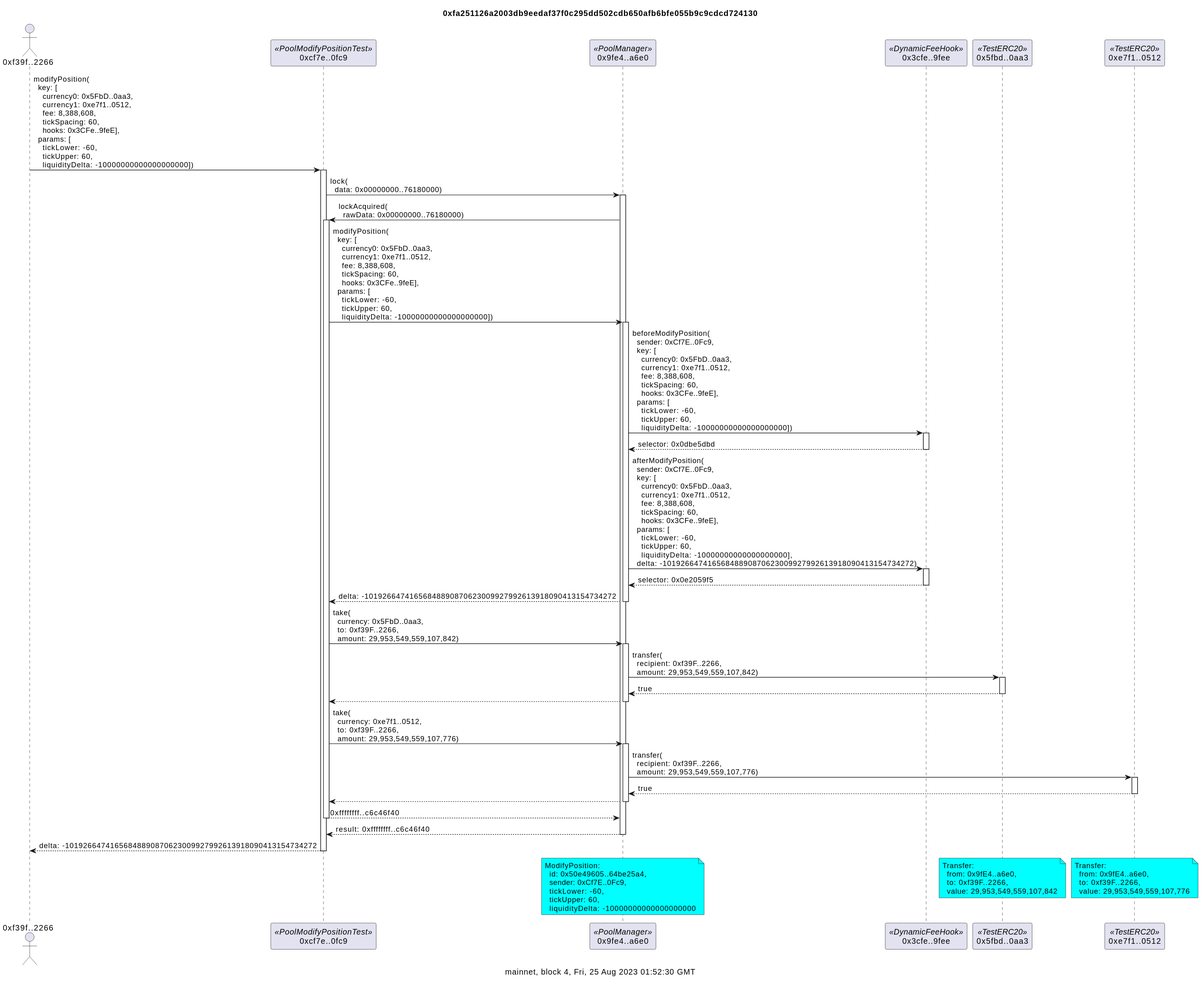
Before: docs/dynamicFeeWithdrawDetailed.svg, a diagram exported from PlantUML (naddison36/uniswap-v4-hooks). Source of this version:
```plantuml
@startuml
title 0xfa251126a2003db9eedaf37f0c295dd502cdb650afb6bfe055b9c9cdcd724130

caption mainnet, block 4, Fri, 25 Aug 2023 01:52:30 GMT
actor "0xf39f..2266" as f39f2266
participant "0xcf7e..0fc9" as cf7e0fc9 <<PoolModifyPositionTest>>
participant "0x9fe4..a6e0" as 9fe4a6e0 <<PoolManager>>
participant "0x3cfe..9fee" as 3cfe9fee <<DynamicFeeHook>>
participant "0x5fbd..0aa3" as 5fbd0aa3 <<TestERC20>>
participant "0xe7f1..0512" as e7f10512 <<TestERC20>>

f39f2266 -> cf7e0fc9: modifyPosition(\n  key: [\n    currency0: 0x5FbD..0aa3,\n    currency1: 0xe7f1..0512,\n    fee: 8,388,608,\n    tickSpacing: 60,\n    hooks: 0x3CFe..9feE],\n  params: [\n    tickLower: -60,\n    tickUpper: 60,\n    liquidityDelta: -10000000000000000000])
activate cf7e0fc9
cf7e0fc9 -> 9fe4a6e0: lock(\n  data: 0x00000000..76180000)
activate 9fe4a6e0
9fe4a6e0 -> cf7e0fc9: lockAcquired(\n  rawData: 0x00000000..76180000)
activate cf7e0fc9
cf7e0fc9 -> 9fe4a6e0: modifyPosition(\n  key: [\n    currency0: 0x5FbD..0aa3,\n    currency1: 0xe7f1..0512,\n    fee: 8,388,608,\n    tickSpacing: 60,\n    hooks: 0x3CFe..9feE],\n  params: [\n    tickLower: -60,\n    tickUpper: 60,\n    liquidityDelta: -10000000000000000000])
activate 9fe4a6e0
9fe4a6e0 -> 3cfe9fee: beforeModifyPosition(\n  sender: 0xCf7E..0Fc9,\n  key: [\n    currency0: 0x5FbD..0aa3,\n    currency1: 0xe7f1..0512,\n    fee: 8,388,608,\n    tickSpacing: 60,\n    hooks: 0x3CFe..9feE],\n  params: [\n    tickLower: -60,\n    tickUpper: 60,\n    liquidityDelta: -10000000000000000000])
activate 3cfe9fee
return selector: 0x0dbe5dbd
9fe4a6e0 -> 3cfe9fee: afterModifyPosition(\n  sender: 0xCf7E..0Fc9,\n  key: [\n    currency0: 0x5FbD..0aa3,\n    currency1: 0xe7f1..0512,\n    fee: 8,388,608,\n    tickSpacing: 60,\n    hooks: 0x3CFe..9feE],\n  params: [\n    tickLower: -60,\n    tickUpper: 60,\n    liquidityDelta: -10000000000000000000],\n  delta: -10192664741656848890870623009927992613918090413154734272)
activate 3cfe9fee
return selector: 0x0e2059f5
return delta: -10192664741656848890870623009927992613918090413154734272
cf7e0fc9 -> 9fe4a6e0: take(\n  currency: 0x5FbD..0aa3,\n  to: 0xf39F..2266,\n  amount: 29,953,549,559,107,842)
activate 9fe4a6e0
9fe4a6e0 -> 5fbd0aa3: transfer(\n  recipient: 0xf39F..2266,\n  amount: 29,953,549,559,107,842)
activate 5fbd0aa3
return true
return
cf7e0fc9 -> 9fe4a6e0: take(\n  currency: 0xe7f1..0512,\n  to: 0xf39F..2266,\n  amount: 29,953,549,559,107,776)
activate 9fe4a6e0
9fe4a6e0 -> e7f10512: transfer(\n  recipient: 0xf39F..2266,\n  amount: 29,953,549,559,107,776)
activate e7f10512
return true
return
return 0xffffffff..c6c46f40
return result: 0xffffffff..c6c46f40
return delta: -10192664741656848890870623009927992613918090413154734272

note over 9fe4a6e0 #aqua
ModifyPosition:
  id: 0x50e49605..64be25a4,
  sender: 0xCf7E..0Fc9,
  tickLower: -60,
  tickUpper: 60,
  liquidityDelta: -10000000000000000000
end note

/ note over 5fbd0aa3 #aqua
Transfer:
  from: 0x9fE4..a6e0,
  to: 0xf39F..2266,
  value: 29,953,549,559,107,842
end note

/ note over e7f10512 #aqua
Transfer:
  from: 0x9fE4..a6e0,
  to: 0xf39F..2266,
  value: 29,953,549,559,107,776
end note
@enduml
```
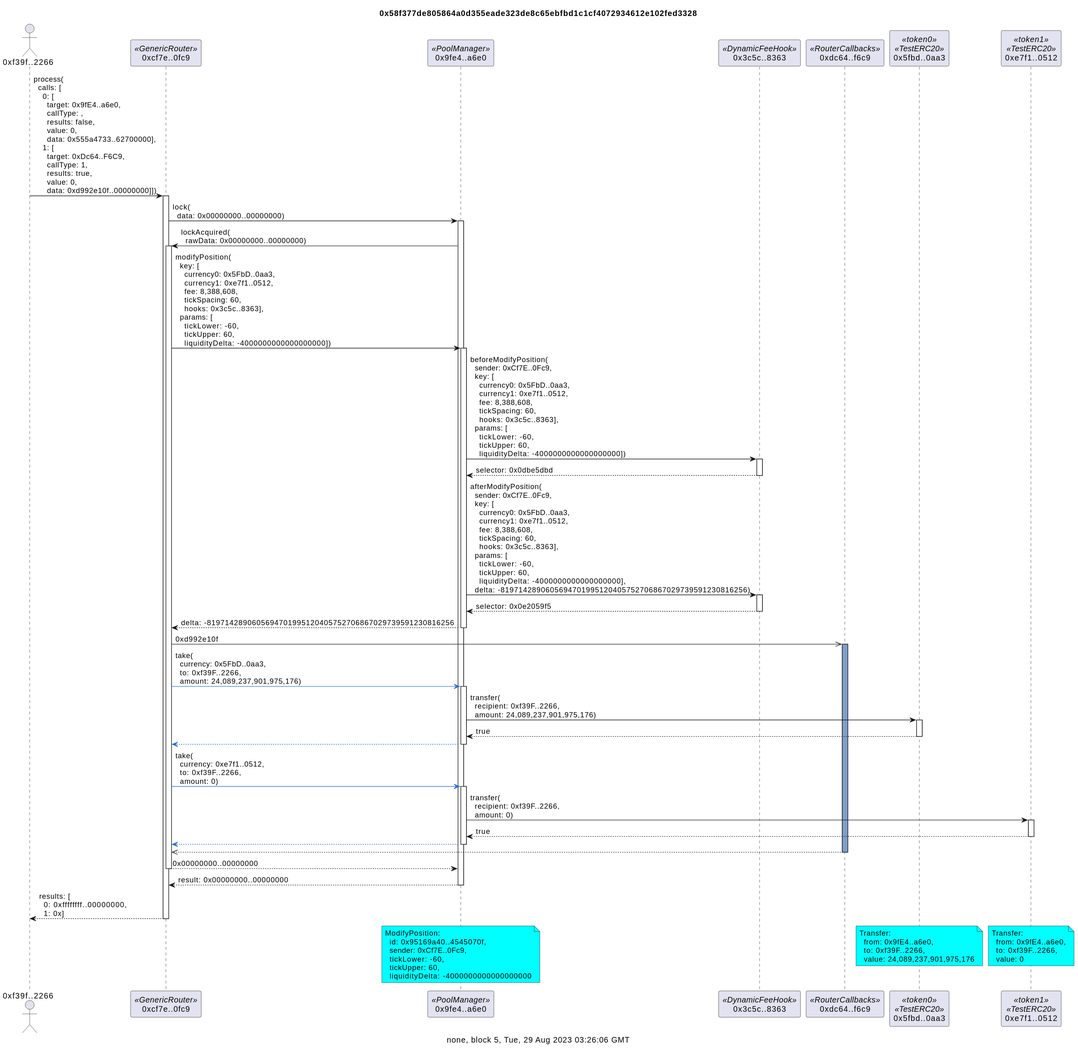
After the change.

Diff of the diagram source:
```diff
@@ -1,65 +1,69 @@
 @startuml
-title 0xfa251126a2003db9eedaf37f0c295dd502cdb650afb6bfe055b9c9cdcd724130
+title 0x58f377de805864a0d355eade323de8c65ebfbd1c1cf4072934612e102fed3328
 
-caption mainnet, block 4, Fri, 25 Aug 2023 01:52:30 GMT
+caption none, block 5, Tue, 29 Aug 2023 03:26:06 GMT
 actor "0xf39f..2266" as f39f2266
-participant "0xcf7e..0fc9" as cf7e0fc9 <<PoolModifyPositionTest>>
+participant "0xcf7e..0fc9" as cf7e0fc9 <<GenericRouter>>
 participant "0x9fe4..a6e0" as 9fe4a6e0 <<PoolManager>>
-participant "0x3cfe..9fee" as 3cfe9fee <<DynamicFeeHook>>
-participant "0x5fbd..0aa3" as 5fbd0aa3 <<TestERC20>>
-participant "0xe7f1..0512" as e7f10512 <<TestERC20>>
+participant "0x3c5c..8363" as 3c5c8363 <<DynamicFeeHook>>
+participant "0xdc64..f6c9" as dc64f6c9 <<RouterCallbacks>>
+participant "0x5fbd..0aa3" as 5fbd0aa3 <<token0>><<TestERC20>>
+participant "0xe7f1..0512" as e7f10512 <<token1>><<TestERC20>>
 
-f39f2266 -> cf7e0fc9: modifyPosition(\n  key: [\n    currency0: 0x5FbD..0aa3,\n    currency1: 0xe7f1..0512,\n    fee: 8,388,608,\n    tickSpacing: 60,\n    hooks: 0x3CFe..9feE],\n  params: [\n    tickLower: -60,\n    tickUpper: 60,\n    liquidityDelta: -10000000000000000000])
+f39f2266 -> cf7e0fc9: process(\n  calls: [\n    0: [\n      target: 0x9fE4..a6e0,\n      callType: ,\n      results: false,\n      value: 0,\n      data: 0x555a4733..62700000],\n    1: [\n      target: 0xDc64..F6C9,\n      callType: 1,\n      results: true,\n      value: 0,\n      data: 0xd992e10f..00000000]])
 activate cf7e0fc9
-cf7e0fc9 -> 9fe4a6e0: lock(\n  data: 0x00000000..76180000)
+cf7e0fc9 -> 9fe4a6e0: lock(\n  data: 0x00000000..00000000)
 activate 9fe4a6e0
-9fe4a6e0 -> cf7e0fc9: lockAcquired(\n  rawData: 0x00000000..76180000)
+9fe4a6e0 -> cf7e0fc9: lockAcquired(\n  rawData: 0x00000000..00000000)
 activate cf7e0fc9
-cf7e0fc9 -> 9fe4a6e0: modifyPosition(\n  key: [\n    currency0: 0x5FbD..0aa3,\n    currency1: 0xe7f1..0512,\n    fee: 8,388,608,\n    tickSpacing: 60,\n    hooks: 0x3CFe..9feE],\n  params: [\n    tickLower: -60,\n    tickUpper: 60,\n    liquidityDelta: -10000000000000000000])
+cf7e0fc9 -> 9fe4a6e0: modifyPosition(\n  key: [\n    currency0: 0x5FbD..0aa3,\n    currency1: 0xe7f1..0512,\n    fee: 8,388,608,\n    tickSpacing: 60,\n    hooks: 0x3c5c..8363],\n  params: [\n    tickLower: -60,\n    tickUpper: 60,\n    liquidityDelta: -4000000000000000000])
 activate 9fe4a6e0
-9fe4a6e0 -> 3cfe9fee: beforeModifyPosition(\n  sender: 0xCf7E..0Fc9,\n  key: [\n    currency0: 0x5FbD..0aa3,\n    currency1: 0xe7f1..0512,\n    fee: 8,388,608,\n    tickSpacing: 60,\n    hooks: 0x3CFe..9feE],\n  params: [\n    tickLower: -60,\n    tickUpper: 60,\n    liquidityDelta: -10000000000000000000])
-activate 3cfe9fee
+9fe4a6e0 -> 3c5c8363: beforeModifyPosition(\n  sender: 0xCf7E..0Fc9,\n  key: [\n    currency0: 0x5FbD..0aa3,\n    currency1: 0xe7f1..0512,\n    fee: 8,388,608,\n    tickSpacing: 60,\n    hooks: 0x3c5c..8363],\n  params: [\n    tickLower: -60,\n    tickUpper: 60,\n    liquidityDelta: -4000000000000000000])
+activate 3c5c8363
 return selector: 0x0dbe5dbd
-9fe4a6e0 -> 3cfe9fee: afterModifyPosition(\n  sender: 0xCf7E..0Fc9,\n  key: [\n    currency0: 0x5FbD..0aa3,\n    currency1: 0xe7f1..0512,\n    fee: 8,388,608,\n    tickSpacing: 60,\n    hooks: 0x3CFe..9feE],\n  params: [\n    tickLower: -60,\n    tickUpper: 60,\n    liquidityDelta: -10000000000000000000],\n  delta: -10192664741656848890870623009927992613918090413154734272)
-activate 3cfe9fee
+9fe4a6e0 -> 3c5c8363: afterModifyPosition(\n  sender: 0xCf7E..0Fc9,\n  key: [\n    currency0: 0x5FbD..0aa3,\n    currency1: 0xe7f1..0512,\n    fee: 8,388,608,\n    tickSpacing: 60,\n    hooks: 0x3c5c..8363],\n  params: [\n    tickLower: -60,\n    tickUpper: 60,\n    liquidityDelta: -4000000000000000000],\n  delta: -8197142890605694701995120405752706867029739591230816256)
+activate 3c5c8363
 return selector: 0x0e2059f5
-return delta: -10192664741656848890870623009927992613918090413154734272
-cf7e0fc9 -> 9fe4a6e0: take(\n  currency: 0x5FbD..0aa3,\n  to: 0xf39F..2266,\n  amount: 29,953,549,559,107,842)
+return delta: -8197142890605694701995120405752706867029739591230816256
+cf7e0fc9 ->> dc64f6c9: 0xd992e10f
+activate dc64f6c9 #809ECB
+cf7e0fc9 -[#3471CD]> 9fe4a6e0: take(\n  currency: 0x5FbD..0aa3,\n  to: 0xf39F..2266,\n  amount: 24,089,237,901,975,176)
 activate 9fe4a6e0
-9fe4a6e0 -> 5fbd0aa3: transfer(\n  recipient: 0xf39F..2266,\n  amount: 29,953,549,559,107,842)
+9fe4a6e0 -> 5fbd0aa3: transfer(\n  recipient: 0xf39F..2266,\n  amount: 24,089,237,901,975,176)
 activate 5fbd0aa3
 return true
 return
-cf7e0fc9 -> 9fe4a6e0: take(\n  currency: 0xe7f1..0512,\n  to: 0xf39F..2266,\n  amount: 29,953,549,559,107,776)
+cf7e0fc9 -[#3471CD]> 9fe4a6e0: take(\n  currency: 0xe7f1..0512,\n  to: 0xf39F..2266,\n  amount: 0)
 activate 9fe4a6e0
-9fe4a6e0 -> e7f10512: transfer(\n  recipient: 0xf39F..2266,\n  amount: 29,953,549,559,107,776)
+9fe4a6e0 -> e7f10512: transfer(\n  recipient: 0xf39F..2266,\n  amount: 0)
 activate e7f10512
 return true
 return
-return 0xffffffff..c6c46f40
-return result: 0xffffffff..c6c46f40
-return delta: -10192664741656848890870623009927992613918090413154734272
+return
+return 0x00000000..00000000
+return result: 0x00000000..00000000
+return results: [\n  0: 0xffffffff..00000000,\n  1: 0x]
 
 note over 9fe4a6e0 #aqua
 ModifyPosition:
-  id: 0x50e49605..64be25a4,
+  id: 0x95169a40..4545070f,
   sender: 0xCf7E..0Fc9,
   tickLower: -60,
   tickUpper: 60,
-  liquidityDelta: -10000000000000000000
+  liquidityDelta: -4000000000000000000
 end note
 
 / note over 5fbd0aa3 #aqua
 Transfer:
   from: 0x9fE4..a6e0,
   to: 0xf39F..2266,
-  value: 29,953,549,559,107,842
+  value: 24,089,237,901,975,176
 end note
 
 / note over e7f10512 #aqua
 Transfer:
   from: 0x9fE4..a6e0,
   to: 0xf39F..2266,
-  value: 29,953,549,559,107,776
+  value: 0
 end note
 @enduml
```
